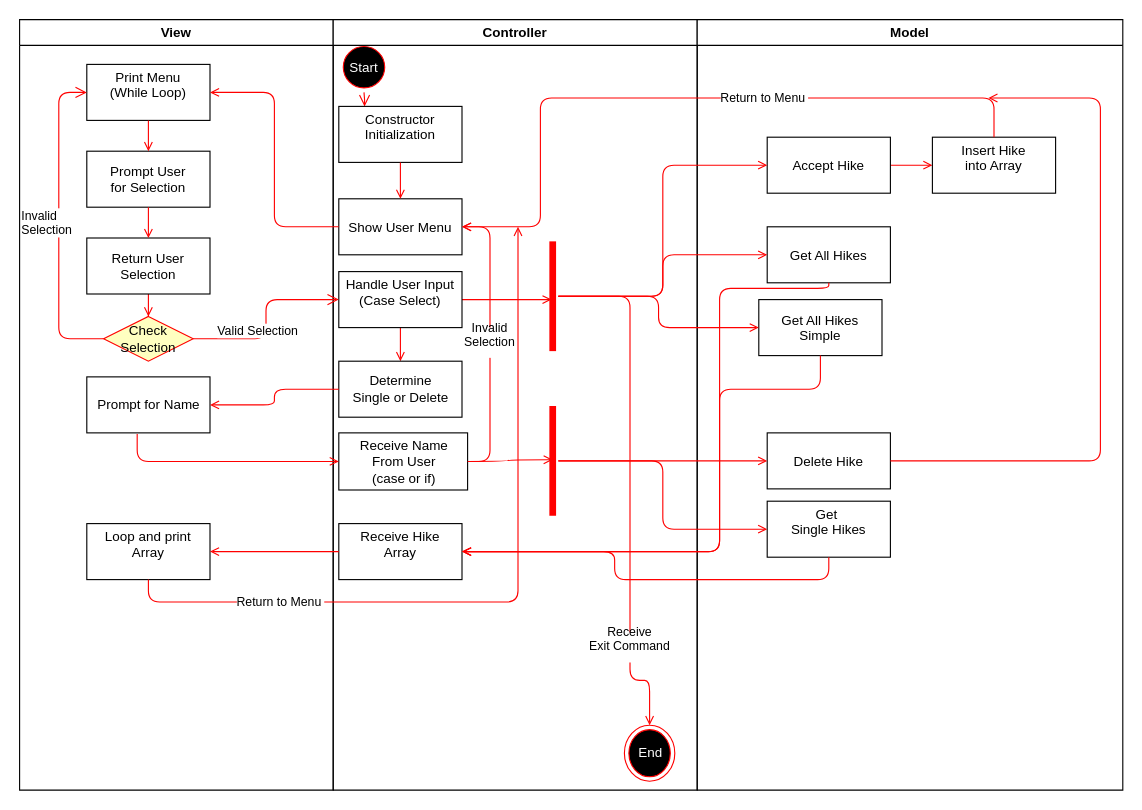
Sirrine-John/CIT_360 keeps this draw.io diagram as Untitled Diagram.drawio. Above is the earlier version. Source tidied: cells renumbered, new cells numbered last; positions are measured from the earlier drawing's top-left corner, leaving out a move shared by most shapes. Both pictures are drawn from the tidied source at 112%, with x=0, y=0 at pixel (19, 19).
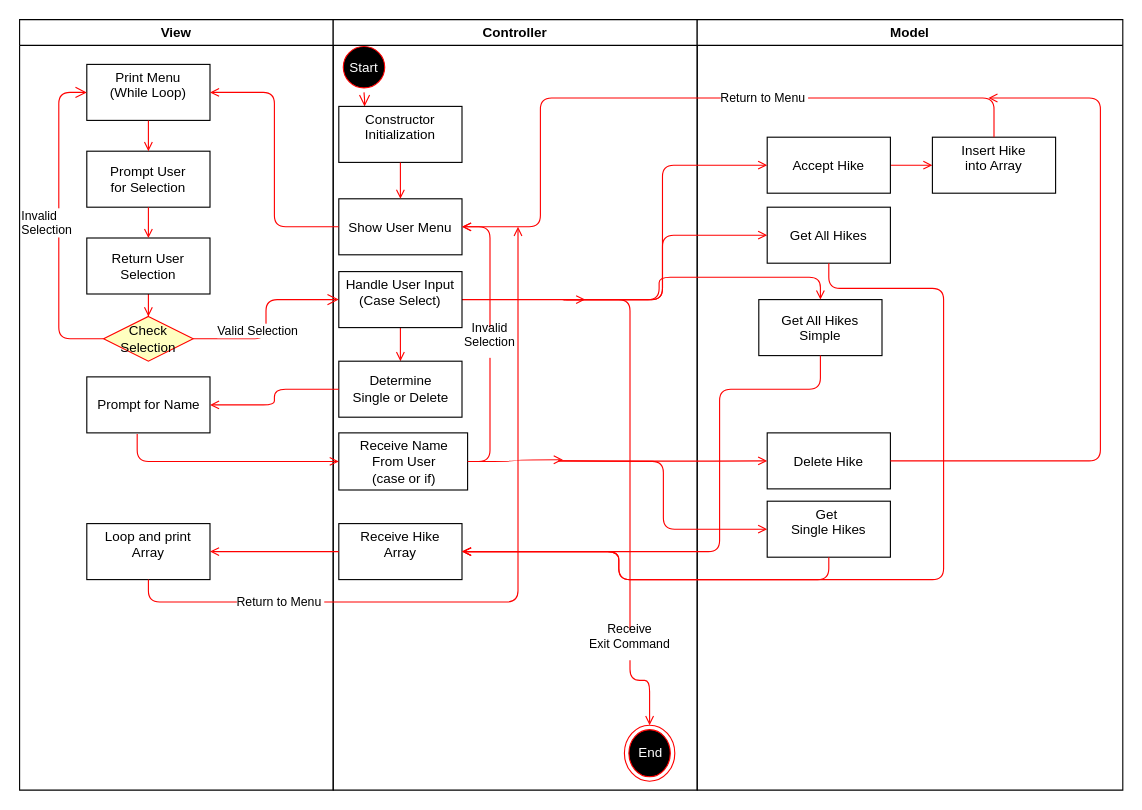
The same page after the edit.

The change refers to these unchanged cells:
```xml
<mxCell id="13" value="Controller" style="swimlane;whiteSpace=wrap;fontColor=#000000;" parent="1" vertex="1">
  <mxGeometry x="280" width="325" height="688" as="geometry" />
</mxCell>
<mxCell id="21" value="Handle User Input&#10;(Case Select)&#10;" parent="13" vertex="1">
  <mxGeometry x="5" y="225" width="110" height="50" as="geometry" />
</mxCell>
<mxCell id="26" value="Receive Name&lt;br&gt;From User&lt;br&gt;(case or if)&lt;br&gt;" style="html=1;" parent="13" vertex="1">
  <mxGeometry x="5" y="369" width="115" height="51" as="geometry" />
</mxCell>
<mxCell id="29" value="Receive Hike&#10;Array&#10;" parent="13" vertex="1">
  <mxGeometry x="5" y="450" width="110" height="50" as="geometry" />
</mxCell>
<mxCell id="30" value="End" style="ellipse;html=1;shape=endState;fillColor=#000000;strokeColor=#ff0000;fontColor=#FFFFFF;" parent="13" vertex="1">
  <mxGeometry x="260" y="630" width="45" height="50" as="geometry" />
</mxCell>
<mxCell id="31" value="Model" style="swimlane;whiteSpace=wrap;" parent="1" vertex="1">
  <mxGeometry x="605" width="380" height="688" as="geometry" />
</mxCell>
<mxCell id="33" value="Accept Hike" parent="31" vertex="1">
  <mxGeometry x="62.5" y="105" width="110" height="50" as="geometry" />
</mxCell>
<mxCell id="36" value="Get All Hikes&#10;Simple" parent="31" vertex="1">
  <mxGeometry x="55" y="250" width="110" height="50" as="geometry" />
</mxCell>
<mxCell id="37" value="Get &#10;Single Hikes&#10;" parent="31" vertex="1">
  <mxGeometry x="62.5" y="430" width="110" height="50" as="geometry" />
</mxCell>
<mxCell id="38" value="Delete Hike" parent="31" vertex="1">
  <mxGeometry x="62.5" y="369" width="110" height="50" as="geometry" />
</mxCell>
```

The edit, as a diff of the source:
```diff
@@
     <mxCell id="19" style="edgeStyle=orthogonalEdgeStyle;curved=1;jettySize=auto;html=0;endArrow=open;endFill=0;strokeColor=#FF0000;" parent="13" edge="1" source="21">
       <mxGeometry relative="1" as="geometry">
-        <mxPoint x="195" y="250" as="targetPoint" />
+        <mxPoint x="225" y="250" as="targetPoint" />
       </mxGeometry>
     </mxCell>
@@
-    <mxCell id="22" value="Receive&#10;Exit Command&#10;" style="edgeStyle=orthogonalEdgeStyle;jettySize=auto;html=0;entryX=0.5;entryY=0;entryDx=0;entryDy=0;endArrow=open;endFill=0;strokeColor=#FF0000;rounded=1;" parent="13" edge="1" source="23" target="30">
+    <mxCell id="22" value="Receive&#10;Exit Command&#10;" style="edgeStyle=orthogonalEdgeStyle;jettySize=auto;html=0;entryX=0.5;entryY=0;entryDx=0;entryDy=0;endArrow=open;endFill=0;strokeColor=#FF0000;rounded=1;" parent="13" edge="1" target="30">
       <mxGeometry x="0.62" relative="1" as="geometry">
+        <mxPoint x="215" y="250" as="sourcePoint" />
         <Array as="points">
-          <mxPoint x="265" y="247" />
+          <mxPoint x="201" y="250" />
+          <mxPoint x="265" y="250" />
           <mxPoint x="265" y="590" />
           <mxPoint x="283" y="590" />
         </Array>
       </mxGeometry>
     </mxCell>
-    <mxCell id="23" style="shape=line;html=1;strokeWidth=6;strokeColor=#ff0000;rotation=-90;" parent="13" vertex="1">
-      <mxGeometry x="147" y="242" width="98" height="10" as="geometry" />
-    </mxCell>
@@
-    <mxCell id="27" style="shape=line;html=1;strokeWidth=6;strokeColor=#ff0000;rotation=-90;" parent="13" vertex="1">
-      <mxGeometry x="147" y="389" width="98" height="10" as="geometry" />
-    </mxCell>
-    <mxCell id="28" style="edgeStyle=orthogonalEdgeStyle;curved=1;jettySize=auto;html=0;endArrow=open;endFill=0;strokeColor=#FF0000;entryX=0.51;entryY=0.5;entryDx=0;entryDy=0;entryPerimeter=0;" parent="13" edge="1" source="26" target="27">
-      <mxGeometry relative="1" as="geometry" />
+    <mxCell id="28" style="edgeStyle=orthogonalEdgeStyle;curved=1;jettySize=auto;html=0;endArrow=open;endFill=0;strokeColor=#FF0000;" parent="13" edge="1" source="26">
+      <mxGeometry relative="1" as="geometry">
+        <mxPoint x="205" y="393" as="targetPoint" />
+        <Array as="points">
+          <mxPoint x="163" y="395" />
+          <mxPoint x="163" y="393" />
+        </Array>
+      </mxGeometry>
     </mxCell>
@@
     <mxCell id="35" value="Get All Hikes" parent="31" vertex="1">
-      <mxGeometry x="62.5" y="185" width="110" height="50" as="geometry" />
+      <mxGeometry x="62.5" y="167.5" width="110" height="50" as="geometry" />
     </mxCell>
@@
-    <mxCell id="41" style="edgeStyle=orthogonalEdgeStyle;jettySize=auto;html=0;entryX=0;entryY=0.5;entryDx=0;entryDy=0;endArrow=open;endFill=0;strokeColor=#FF0000;rounded=1;" parent="1" edge="1" source="27" target="37">
-      <mxGeometry relative="1" as="geometry" />
+    <mxCell id="41" style="edgeStyle=orthogonalEdgeStyle;jettySize=auto;html=0;entryX=0;entryY=0.5;entryDx=0;entryDy=0;endArrow=open;endFill=0;strokeColor=#FF0000;rounded=1;" parent="1" edge="1" target="37">
+      <mxGeometry relative="1" as="geometry">
+        <mxPoint x="481" y="394" as="sourcePoint" />
+      </mxGeometry>
     </mxCell>
-    <mxCell id="42" style="edgeStyle=orthogonalEdgeStyle;jettySize=auto;html=0;endArrow=open;endFill=0;strokeColor=#FF0000;rounded=1;" parent="1" edge="1" source="23" target="36">
-      <mxGeometry relative="1" as="geometry" />
+    <mxCell id="42" style="edgeStyle=orthogonalEdgeStyle;jettySize=auto;html=0;endArrow=open;endFill=0;strokeColor=#FF0000;rounded=1;" parent="1" edge="1" target="36">
+      <mxGeometry relative="1" as="geometry">
+        <mxPoint x="505" y="250" as="sourcePoint" />
+        <Array as="points">
+          <mxPoint x="481" y="250" />
+          <mxPoint x="571" y="250" />
+          <mxPoint x="571" y="230" />
+          <mxPoint x="715" y="230" />
+        </Array>
+      </mxGeometry>
     </mxCell>
-    <mxCell id="43" style="edgeStyle=orthogonalEdgeStyle;jettySize=auto;html=0;entryX=0;entryY=0.5;entryDx=0;entryDy=0;endArrow=open;endFill=0;strokeColor=#FF0000;rounded=1;" parent="1" edge="1" source="23" target="35">
-      <mxGeometry relative="1" as="geometry" />
+    <mxCell id="43" style="edgeStyle=orthogonalEdgeStyle;jettySize=auto;html=0;entryX=0;entryY=0.5;entryDx=0;entryDy=0;endArrow=open;endFill=0;strokeColor=#FF0000;rounded=1;" parent="1" edge="1" target="35">
+      <mxGeometry relative="1" as="geometry">
+        <mxPoint x="505" y="250" as="sourcePoint" />
+        <Array as="points">
+          <mxPoint x="481" y="250" />
+          <mxPoint x="574" y="250" />
+          <mxPoint x="574" y="210" />
+        </Array>
+      </mxGeometry>
     </mxCell>
-    <mxCell id="44" style="edgeStyle=orthogonalEdgeStyle;jettySize=auto;html=0;entryX=0;entryY=0.5;entryDx=0;entryDy=0;endArrow=open;endFill=0;strokeColor=#FF0000;rounded=1;" parent="1" edge="1" source="23" target="33">
-      <mxGeometry relative="1" as="geometry" />
+    <mxCell id="44" style="edgeStyle=orthogonalEdgeStyle;jettySize=auto;html=0;entryX=0;entryY=0.5;entryDx=0;entryDy=0;endArrow=open;endFill=0;strokeColor=#FF0000;rounded=1;" parent="1" edge="1" target="33">
+      <mxGeometry relative="1" as="geometry">
+        <mxPoint x="495" y="250" as="sourcePoint" />
+        <Array as="points">
+          <mxPoint x="485" y="250" />
+          <mxPoint x="485" y="250" />
+          <mxPoint x="574" y="250" />
+          <mxPoint x="574" y="130" />
+        </Array>
+      </mxGeometry>
     </mxCell>
@@
-    <mxCell id="47" style="edgeStyle=orthogonalEdgeStyle;curved=1;jettySize=auto;html=0;endArrow=open;endFill=0;strokeColor=#FF0000;" parent="1" edge="1" source="27" target="38">
-      <mxGeometry relative="1" as="geometry" />
+    <mxCell id="47" style="edgeStyle=orthogonalEdgeStyle;curved=1;jettySize=auto;html=0;endArrow=open;endFill=0;strokeColor=#FF0000;" parent="1" edge="1" target="38">
+      <mxGeometry relative="1" as="geometry">
+        <mxPoint x="481" y="394" as="sourcePoint" />
+      </mxGeometry>
     </mxCell>
     <mxCell id="48" style="edgeStyle=orthogonalEdgeStyle;jettySize=auto;html=0;endArrow=open;endFill=0;strokeColor=#FF0000;exitX=0.5;exitY=1;exitDx=0;exitDy=0;rounded=1;" parent="1" edge="1" source="37" target="29">
-      <mxGeometry relative="1" as="geometry" />
+      <mxGeometry relative="1" as="geometry">
+        <Array as="points">
+          <mxPoint x="723" y="500" />
+          <mxPoint x="535" y="500" />
+          <mxPoint x="535" y="475" />
+        </Array>
+      </mxGeometry>
     </mxCell>
@@
     <mxCell id="50" style="edgeStyle=orthogonalEdgeStyle;jettySize=auto;html=0;entryX=1;entryY=0.5;entryDx=0;entryDy=0;endArrow=open;endFill=0;strokeColor=#FF0000;exitX=0.5;exitY=1;exitDx=0;exitDy=0;rounded=1;" parent="1" edge="1" source="35" target="29">
       <mxGeometry relative="1" as="geometry">
         <Array as="points">
           <mxPoint x="723" y="240" />
-          <mxPoint x="625" y="240" />
-          <mxPoint x="625" y="475" />
+          <mxPoint x="825" y="240" />
+          <mxPoint x="825" y="500" />
+          <mxPoint x="535" y="500" />
+          <mxPoint x="535" y="475" />
         </Array>
       </mxGeometry>
     </mxCell>
```
